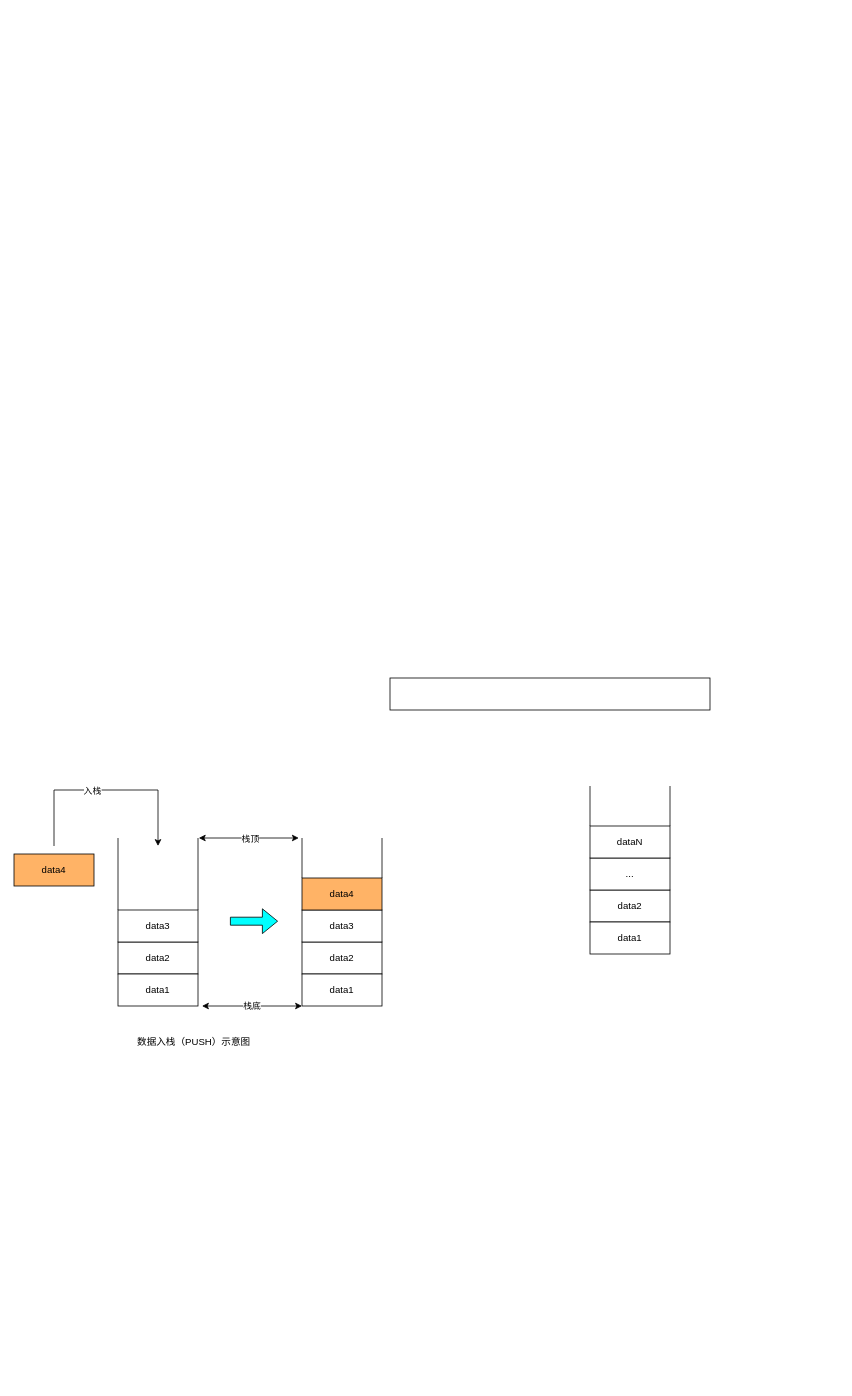
Above: 栈.drawio in 1595901624/GitTest (draw.io), before the change. Source tidied: cells renumbered, new cells numbered last; positions are measured from the earlier drawing's top-left corner, leaving out a move shared by most shapes. Both pictures are drawn from the tidied source at 80%, with x=0, y=0 at pixel (14, 678).
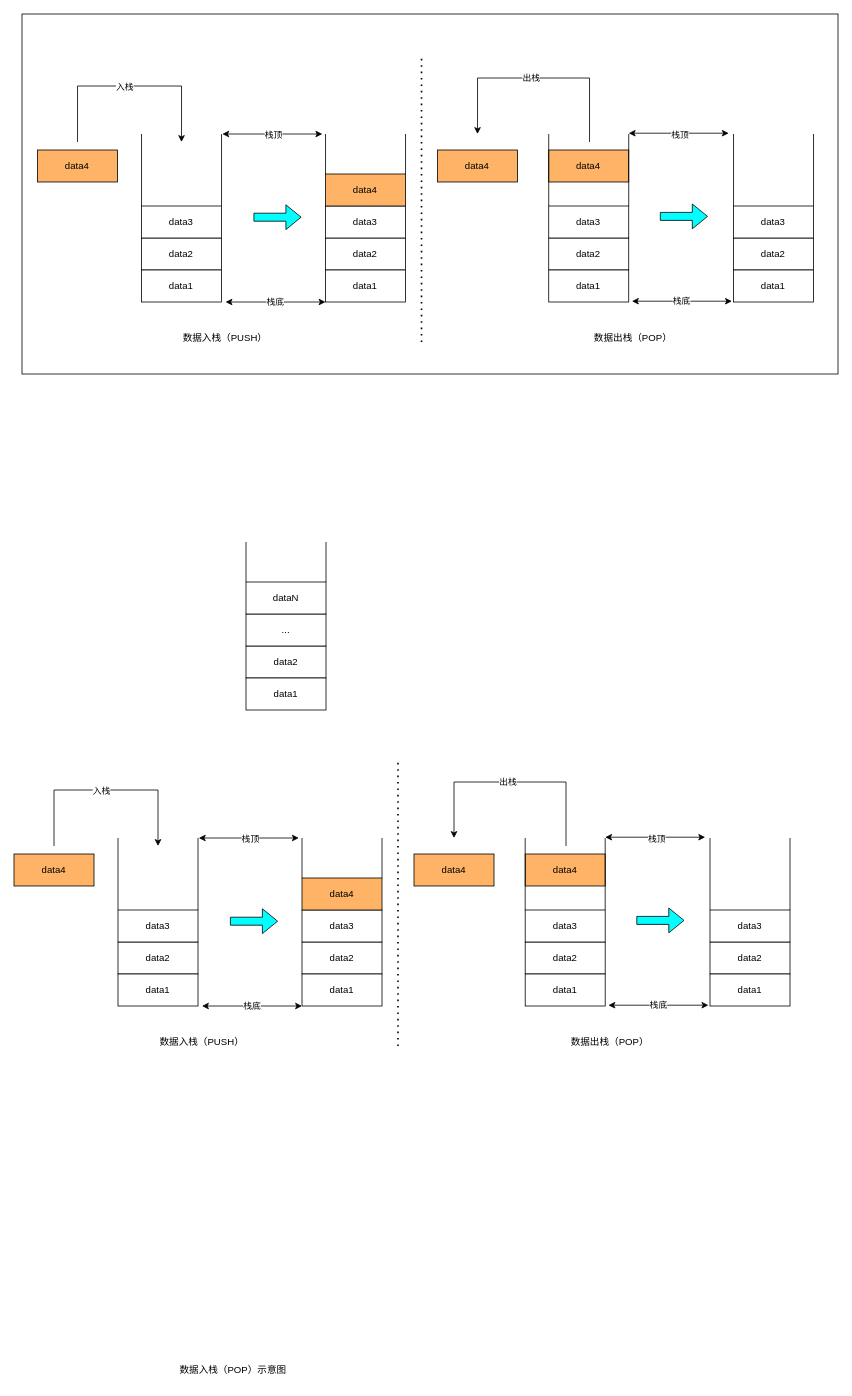
After the change.

The change refers to these unchanged cells:
```xml
<mxCell id="21" style="endArrow=classic;html=1;rounded=0;" parent="1" edge="1">
  <mxGeometry relative="1" as="geometry">
    <mxPoint x="50" y="210" as="sourcePoint" />
    <mxPoint x="180" y="210" as="targetPoint" />
    <Array as="points">
      <mxPoint x="50" y="140" />
      <mxPoint x="180" y="140" />
    </Array>
  </mxGeometry>
</mxCell>
```

Change to the diagram source:
```diff
@@
     <mxCell id="2" style="rounded=0;whiteSpace=wrap;html=1;" parent="1" vertex="1">
-      <mxGeometry x="470" width="400" height="40" as="geometry" />
+      <mxGeometry x="10" y="-830" width="1020" height="450" as="geometry" />
     </mxCell>
@@
     <mxCell id="8" value="data2" style="rounded=0;whiteSpace=wrap;html=1;" parent="1" vertex="1">
-      <mxGeometry x="720" y="265" width="100" height="40" as="geometry" />
+      <mxGeometry x="290" y="-40" width="100" height="40" as="geometry" />
     </mxCell>
     <mxCell id="9" value="data1" style="rounded=0;whiteSpace=wrap;html=1;" parent="1" vertex="1">
-      <mxGeometry x="720" y="305" width="100" height="40" as="geometry" />
+      <mxGeometry x="290" width="100" height="40" as="geometry" />
     </mxCell>
     <mxCell id="10" value="..." style="rounded=0;whiteSpace=wrap;html=1;" parent="1" vertex="1">
-      <mxGeometry x="720" y="225" width="100" height="40" as="geometry" />
+      <mxGeometry x="290" y="-80" width="100" height="40" as="geometry" />
     </mxCell>
     <mxCell id="11" value="dataN" style="rounded=0;whiteSpace=wrap;html=1;" parent="1" vertex="1">
-      <mxGeometry x="720" y="185" width="100" height="40" as="geometry" />
+      <mxGeometry x="290" y="-120" width="100" height="40" as="geometry" />
     </mxCell>
     <mxCell id="12" style="endArrow=none;html=1;rounded=0;" parent="1" edge="1">
       <mxGeometry relative="1" as="geometry">
-        <mxPoint x="820" y="185" as="sourcePoint" />
-        <mxPoint x="820" y="135" as="targetPoint" />
+        <mxPoint x="390" y="-120" as="sourcePoint" />
+        <mxPoint x="390" y="-170" as="targetPoint" />
       </mxGeometry>
     </mxCell>
     <mxCell id="13" style="endArrow=none;html=1;rounded=0;" parent="1" edge="1">
       <mxGeometry relative="1" as="geometry">
-        <mxPoint x="720" y="185" as="sourcePoint" />
-        <mxPoint x="720" y="135" as="targetPoint" />
+        <mxPoint x="290" y="-120" as="sourcePoint" />
+        <mxPoint x="290" y="-170" as="targetPoint" />
       </mxGeometry>
     </mxCell>
@@
-    <mxCell id="22" value="入栈" style="edgeLabel;html=1;align=center;verticalAlign=middle;" parent="21" vertex="1">
+    <mxCell id="22" value="入栈" style="edgeLabel;html=1;align=left;verticalAlign=middle;labelPosition=right;verticalLabelPosition=middle;" parent="21" vertex="1">
       <mxGeometry x="-0.13" relative="1" as="geometry">
         <mxPoint y="1" as="offset" />
       </mxGeometry>
     </mxCell>
@@
-    <mxCell id="28" value="数据入栈（PUSH）示意图" style="text;html=1;strokeColor=none;fillColor=none;align=center;verticalAlign=middle;whiteSpace=wrap;rounded=0;" parent="1" vertex="1">
-      <mxGeometry x="140" y="440" width="170" height="30" as="geometry" />
+    <mxCell id="28" value="数据入栈（PUSH）" style="text;html=1;strokeColor=none;fillColor=none;align=center;verticalAlign=middle;whiteSpace=wrap;rounded=0;" parent="1" vertex="1">
+      <mxGeometry x="150" y="440" width="170" height="30" as="geometry" />
     </mxCell>
+    <mxCell id="29" value="data2" style="rounded=0;whiteSpace=wrap;html=1;" parent="1" vertex="1">
+      <mxGeometry x="870" y="330" width="100" height="40" as="geometry" />
+    </mxCell>
+    <mxCell id="30" value="data1" style="rounded=0;whiteSpace=wrap;html=1;" parent="1" vertex="1">
+      <mxGeometry x="870" y="370" width="100" height="40" as="geometry" />
+    </mxCell>
+    <mxCell id="31" value="data3" style="rounded=0;whiteSpace=wrap;html=1;" parent="1" vertex="1">
+      <mxGeometry x="870" y="290" width="100" height="40" as="geometry" />
+    </mxCell>
+    <mxCell id="32" style="endArrow=none;html=1;rounded=0;exitX=1;exitY=0;exitDx=0;exitDy=0;" parent="1" edge="1" source="31">
+      <mxGeometry relative="1" as="geometry">
+        <mxPoint x="970" y="200" as="targetPoint" />
+      </mxGeometry>
+    </mxCell>
+    <mxCell id="33" style="endArrow=none;html=1;rounded=0;exitX=0;exitY=0;exitDx=0;exitDy=0;" parent="1" edge="1" source="31">
+      <mxGeometry relative="1" as="geometry">
+        <mxPoint x="870" y="200" as="targetPoint" />
+      </mxGeometry>
+    </mxCell>
+    <mxCell id="34" value="data4" style="rounded=0;whiteSpace=wrap;html=1;fillColor=#FFB366;" parent="1" vertex="1">
+      <mxGeometry x="500" y="220" width="100" height="40" as="geometry" />
+    </mxCell>
+    <mxCell id="35" value="data2" style="rounded=0;whiteSpace=wrap;html=1;" parent="1" vertex="1">
+      <mxGeometry x="639" y="330" width="100" height="40" as="geometry" />
+    </mxCell>
+    <mxCell id="36" value="data1" style="rounded=0;whiteSpace=wrap;html=1;" parent="1" vertex="1">
+      <mxGeometry x="639" y="370" width="100" height="40" as="geometry" />
+    </mxCell>
+    <mxCell id="37" value="data3" style="rounded=0;whiteSpace=wrap;html=1;" parent="1" vertex="1">
+      <mxGeometry x="639" y="290" width="100" height="40" as="geometry" />
+    </mxCell>
+    <mxCell id="38" value="data4" style="rounded=0;whiteSpace=wrap;html=1;fillColor=#FFB366;" parent="1" vertex="1">
+      <mxGeometry x="639" y="220" width="100" height="40" as="geometry" />
+    </mxCell>
+    <mxCell id="39" style="endArrow=none;html=1;rounded=0;exitX=1;exitY=0;exitDx=0;exitDy=0;" parent="1" edge="1" source="37">
+      <mxGeometry relative="1" as="geometry">
+        <mxPoint x="739" y="200" as="targetPoint" />
+      </mxGeometry>
+    </mxCell>
+    <mxCell id="40" style="endArrow=none;html=1;rounded=0;exitX=0;exitY=0;exitDx=0;exitDy=0;" parent="1" edge="1" source="37">
+      <mxGeometry relative="1" as="geometry">
+        <mxPoint x="639" y="200" as="targetPoint" />
+      </mxGeometry>
+    </mxCell>
+    <mxCell id="41" style="shape=flexArrow;endArrow=classic;html=1;rounded=0;fillColor=#00FFFF;" parent="1" edge="1">
+      <mxGeometry relative="1" as="geometry">
+        <mxPoint x="778" y="303" as="sourcePoint" />
+        <mxPoint x="838" y="303" as="targetPoint" />
+      </mxGeometry>
+    </mxCell>
+    <mxCell id="42" style="endArrow=classic;startArrow=classic;html=1;rounded=0;entryX=0;entryY=1;entryDx=0;entryDy=0;labelPosition=right;verticalLabelPosition=middle;align=left;verticalAlign=middle;" parent="1" edge="1">
+      <mxGeometry relative="1" as="geometry">
+        <mxPoint x="743" y="409" as="sourcePoint" />
+        <mxPoint x="868" y="409" as="targetPoint" />
+      </mxGeometry>
+    </mxCell>
+    <mxCell id="43" value="栈底" style="edgeLabel;html=1;align=left;verticalAlign=middle;labelPosition=right;verticalLabelPosition=middle;" parent="42" vertex="1">
+      <mxGeometry x="-0.2" y="2" relative="1" as="geometry">
+        <mxPoint y="1" as="offset" />
+      </mxGeometry>
+    </mxCell>
+    <mxCell id="44" style="endArrow=classic;startArrow=classic;html=1;rounded=0;entryX=0;entryY=1;entryDx=0;entryDy=0;labelPosition=right;verticalLabelPosition=middle;align=left;verticalAlign=middle;" parent="1" edge="1">
+      <mxGeometry relative="1" as="geometry">
+        <mxPoint x="739" y="199" as="sourcePoint" />
+        <mxPoint x="864" y="199" as="targetPoint" />
+      </mxGeometry>
+    </mxCell>
+    <mxCell id="45" value="栈顶" style="edgeLabel;html=1;align=right;verticalAlign=middle;labelPosition=left;verticalLabelPosition=middle;" parent="44" vertex="1">
+      <mxGeometry x="0.21" relative="1" as="geometry">
+        <mxPoint y="1" as="offset" />
+      </mxGeometry>
+    </mxCell>
+    <mxCell id="46" value="数据入栈（POP）示意图" style="text;html=1;strokeColor=none;fillColor=none;align=center;verticalAlign=middle;whiteSpace=wrap;rounded=0;" parent="1" vertex="1">
+      <mxGeometry x="189" y="850" width="170" height="30" as="geometry" />
+    </mxCell>
+    <mxCell id="47" style="endArrow=classic;html=1;rounded=0;fillColor=#00FFFF;" parent="1" edge="1">
+      <mxGeometry relative="1" as="geometry">
+        <mxPoint x="690" y="210" as="sourcePoint" />
+        <mxPoint x="550" y="200" as="targetPoint" />
+        <Array as="points">
+          <mxPoint x="690" y="130" />
+          <mxPoint x="550" y="130" />
+        </Array>
+      </mxGeometry>
+    </mxCell>
+    <mxCell id="48" value="出栈" style="edgeLabel;html=1;align=right;verticalAlign=middle;labelPosition=left;verticalLabelPosition=middle;" parent="47" vertex="1">
+      <mxGeometry x="-0.12" y="-1" relative="1" as="geometry">
+        <mxPoint x="-13" as="offset" />
+      </mxGeometry>
+    </mxCell>
+    <mxCell id="49" value="数据出栈（POP）" style="text;html=1;strokeColor=none;fillColor=none;align=center;verticalAlign=middle;whiteSpace=wrap;rounded=0;" parent="1" vertex="1">
+      <mxGeometry x="660" y="440" width="170" height="30" as="geometry" />
+    </mxCell>
+    <mxCell id="50" style="endArrow=none;dashed=1;html=1;dashPattern=1 3;strokeWidth=2;rounded=0;fillColor=#00FFFF;" parent="1" edge="1">
+      <mxGeometry relative="1" as="geometry">
+        <mxPoint x="480" y="460" as="sourcePoint" />
+        <mxPoint x="480" y="100" as="targetPoint" />
+      </mxGeometry>
+    </mxCell>
+    <mxCell id="51" value="data2" style="rounded=0;whiteSpace=wrap;html=1;" parent="1" vertex="1">
+      <mxGeometry x="159.4" y="-550" width="100" height="40" as="geometry" />
+    </mxCell>
+    <mxCell id="52" value="data1" style="rounded=0;whiteSpace=wrap;html=1;" parent="1" vertex="1">
+      <mxGeometry x="159.4" y="-510" width="100" height="40" as="geometry" />
+    </mxCell>
+    <mxCell id="53" value="data3" style="rounded=0;whiteSpace=wrap;html=1;" parent="1" vertex="1">
+      <mxGeometry x="159.4" y="-590" width="100" height="40" as="geometry" />
+    </mxCell>
+    <mxCell id="54" style="endArrow=none;html=1;rounded=0;exitX=1;exitY=0;exitDx=0;exitDy=0;" parent="1" edge="1" source="53">
+      <mxGeometry relative="1" as="geometry">
+        <mxPoint x="259.4" y="-680" as="targetPoint" />
+      </mxGeometry>
+    </mxCell>
+    <mxCell id="55" style="endArrow=none;html=1;rounded=0;exitX=0;exitY=0;exitDx=0;exitDy=0;" parent="1" edge="1" source="53">
+      <mxGeometry relative="1" as="geometry">
+        <mxPoint x="159.4" y="-680" as="targetPoint" />
+      </mxGeometry>
+    </mxCell>
+    <mxCell id="56" value="data4" style="rounded=0;whiteSpace=wrap;html=1;fillColor=#FFB366;" parent="1" vertex="1">
+      <mxGeometry x="29.4" y="-660" width="100" height="40" as="geometry" />
+    </mxCell>
+    <mxCell id="57" value="data2" style="rounded=0;whiteSpace=wrap;html=1;" parent="1" vertex="1">
+      <mxGeometry x="389.4" y="-550" width="100" height="40" as="geometry" />
+    </mxCell>
+    <mxCell id="58" value="data1" style="rounded=0;whiteSpace=wrap;html=1;" parent="1" vertex="1">
+      <mxGeometry x="389.4" y="-510" width="100" height="40" as="geometry" />
+    </mxCell>
+    <mxCell id="59" value="data3" style="rounded=0;whiteSpace=wrap;html=1;" parent="1" vertex="1">
+      <mxGeometry x="389.4" y="-590" width="100" height="40" as="geometry" />
+    </mxCell>
+    <mxCell id="60" value="data4" style="rounded=0;whiteSpace=wrap;html=1;fillColor=#FFB366;" parent="1" vertex="1">
+      <mxGeometry x="389.4" y="-630" width="100" height="40" as="geometry" />
+    </mxCell>
+    <mxCell id="61" style="endArrow=none;html=1;rounded=0;" parent="1" edge="1">
+      <mxGeometry relative="1" as="geometry">
+        <mxPoint x="489.4" y="-630" as="sourcePoint" />
+        <mxPoint x="489.4" y="-680" as="targetPoint" />
+      </mxGeometry>
+    </mxCell>
+    <mxCell id="62" style="endArrow=none;html=1;rounded=0;" parent="1" edge="1">
+      <mxGeometry relative="1" as="geometry">
+        <mxPoint x="389.4" y="-630" as="sourcePoint" />
+        <mxPoint x="389.4" y="-680" as="targetPoint" />
+      </mxGeometry>
+    </mxCell>
+    <mxCell id="63" style="endArrow=classic;html=1;rounded=0;" parent="1" edge="1">
+      <mxGeometry relative="1" as="geometry">
+        <mxPoint x="79.4" y="-670" as="sourcePoint" />
+        <mxPoint x="209.4" y="-670" as="targetPoint" />
+        <Array as="points">
+          <mxPoint x="79.4" y="-740" />
+          <mxPoint x="209.4" y="-740" />
+        </Array>
+      </mxGeometry>
+    </mxCell>
+    <mxCell id="64" value="入栈" style="edgeLabel;html=1;align=left;verticalAlign=middle;labelPosition=right;verticalLabelPosition=middle;" parent="63" vertex="1">
+      <mxGeometry x="-0.13" relative="1" as="geometry">
+        <mxPoint y="1" as="offset" />
+      </mxGeometry>
+    </mxCell>
+    <mxCell id="65" style="shape=flexArrow;endArrow=classic;html=1;rounded=0;fillColor=#00FFFF;" parent="1" edge="1">
+      <mxGeometry relative="1" as="geometry">
+        <mxPoint x="299.4" y="-576" as="sourcePoint" />
+        <mxPoint x="359.4" y="-576" as="targetPoint" />
+      </mxGeometry>
+    </mxCell>
+    <mxCell id="66" style="endArrow=classic;startArrow=classic;html=1;rounded=0;entryX=0;entryY=1;entryDx=0;entryDy=0;labelPosition=right;verticalLabelPosition=middle;align=left;verticalAlign=middle;" parent="1" edge="1" target="58">
+      <mxGeometry relative="1" as="geometry">
+        <mxPoint x="264.4" y="-470" as="sourcePoint" />
+      </mxGeometry>
+    </mxCell>
+    <mxCell id="67" value="栈底" style="edgeLabel;html=1;align=left;verticalAlign=middle;labelPosition=right;verticalLabelPosition=middle;" parent="66" vertex="1">
+      <mxGeometry x="-0.2" y="2" relative="1" as="geometry">
+        <mxPoint y="1" as="offset" />
+      </mxGeometry>
+    </mxCell>
+    <mxCell id="68" style="endArrow=classic;startArrow=classic;html=1;rounded=0;entryX=0;entryY=1;entryDx=0;entryDy=0;labelPosition=right;verticalLabelPosition=middle;align=left;verticalAlign=middle;" parent="1" edge="1">
+      <mxGeometry relative="1" as="geometry">
+        <mxPoint x="260.4" y="-680" as="sourcePoint" />
+        <mxPoint x="385.4" y="-680" as="targetPoint" />
+      </mxGeometry>
+    </mxCell>
+    <mxCell id="69" value="栈顶" style="edgeLabel;html=1;align=right;verticalAlign=middle;labelPosition=left;verticalLabelPosition=middle;" parent="68" vertex="1">
+      <mxGeometry x="0.21" relative="1" as="geometry">
+        <mxPoint y="1" as="offset" />
+      </mxGeometry>
+    </mxCell>
+    <mxCell id="70" value="数据入栈（PUSH）" style="text;html=1;strokeColor=none;fillColor=none;align=center;verticalAlign=middle;whiteSpace=wrap;rounded=0;" parent="1" vertex="1">
+      <mxGeometry x="179.4" y="-440" width="170" height="30" as="geometry" />
+    </mxCell>
+    <mxCell id="71" value="data2" style="rounded=0;whiteSpace=wrap;html=1;" parent="1" vertex="1">
+      <mxGeometry x="899.4" y="-550" width="100" height="40" as="geometry" />
+    </mxCell>
+    <mxCell id="72" value="data1" style="rounded=0;whiteSpace=wrap;html=1;" parent="1" vertex="1">
+      <mxGeometry x="899.4" y="-510" width="100" height="40" as="geometry" />
+    </mxCell>
+    <mxCell id="73" value="data3" style="rounded=0;whiteSpace=wrap;html=1;" parent="1" vertex="1">
+      <mxGeometry x="899.4" y="-590" width="100" height="40" as="geometry" />
+    </mxCell>
+    <mxCell id="74" style="endArrow=none;html=1;rounded=0;exitX=1;exitY=0;exitDx=0;exitDy=0;" parent="1" edge="1" source="73">
+      <mxGeometry relative="1" as="geometry">
+        <mxPoint x="999.4" y="-680" as="targetPoint" />
+      </mxGeometry>
+    </mxCell>
+    <mxCell id="75" style="endArrow=none;html=1;rounded=0;exitX=0;exitY=0;exitDx=0;exitDy=0;" parent="1" edge="1" source="73">
+      <mxGeometry relative="1" as="geometry">
+        <mxPoint x="899.4" y="-680" as="targetPoint" />
+      </mxGeometry>
+    </mxCell>
+    <mxCell id="76" value="data4" style="rounded=0;whiteSpace=wrap;html=1;fillColor=#FFB366;" parent="1" vertex="1">
+      <mxGeometry x="529.4" y="-660" width="100" height="40" as="geometry" />
+    </mxCell>
+    <mxCell id="77" value="data2" style="rounded=0;whiteSpace=wrap;html=1;" parent="1" vertex="1">
+      <mxGeometry x="668.4" y="-550" width="100" height="40" as="geometry" />
+    </mxCell>
+    <mxCell id="78" value="data1" style="rounded=0;whiteSpace=wrap;html=1;" parent="1" vertex="1">
+      <mxGeometry x="668.4" y="-510" width="100" height="40" as="geometry" />
+    </mxCell>
+    <mxCell id="79" value="data3" style="rounded=0;whiteSpace=wrap;html=1;" parent="1" vertex="1">
+      <mxGeometry x="668.4" y="-590" width="100" height="40" as="geometry" />
+    </mxCell>
+    <mxCell id="80" value="data4" style="rounded=0;whiteSpace=wrap;html=1;fillColor=#FFB366;" parent="1" vertex="1">
+      <mxGeometry x="668.4" y="-660" width="100" height="40" as="geometry" />
+    </mxCell>
+    <mxCell id="81" style="endArrow=none;html=1;rounded=0;exitX=1;exitY=0;exitDx=0;exitDy=0;" parent="1" edge="1" source="79">
+      <mxGeometry relative="1" as="geometry">
+        <mxPoint x="768.4" y="-680" as="targetPoint" />
+      </mxGeometry>
+    </mxCell>
+    <mxCell id="82" style="endArrow=none;html=1;rounded=0;exitX=0;exitY=0;exitDx=0;exitDy=0;" parent="1" edge="1" source="79">
+      <mxGeometry relative="1" as="geometry">
+        <mxPoint x="668.4" y="-680" as="targetPoint" />
+      </mxGeometry>
+    </mxCell>
+    <mxCell id="83" style="shape=flexArrow;endArrow=classic;html=1;rounded=0;fillColor=#00FFFF;" parent="1" edge="1">
+      <mxGeometry relative="1" as="geometry">
+        <mxPoint x="807.4" y="-577" as="sourcePoint" />
+        <mxPoint x="867.4" y="-577" as="targetPoint" />
+      </mxGeometry>
+    </mxCell>
+    <mxCell id="84" style="endArrow=classic;startArrow=classic;html=1;rounded=0;entryX=0;entryY=1;entryDx=0;entryDy=0;labelPosition=right;verticalLabelPosition=middle;align=left;verticalAlign=middle;" parent="1" edge="1">
+      <mxGeometry relative="1" as="geometry">
+        <mxPoint x="772.4" y="-471" as="sourcePoint" />
+        <mxPoint x="897.4" y="-471" as="targetPoint" />
+      </mxGeometry>
+    </mxCell>
+    <mxCell id="85" value="栈底" style="edgeLabel;html=1;align=left;verticalAlign=middle;labelPosition=right;verticalLabelPosition=middle;" parent="84" vertex="1">
+      <mxGeometry x="-0.2" y="2" relative="1" as="geometry">
+        <mxPoint y="1" as="offset" />
+      </mxGeometry>
+    </mxCell>
+    <mxCell id="86" style="endArrow=classic;startArrow=classic;html=1;rounded=0;entryX=0;entryY=1;entryDx=0;entryDy=0;labelPosition=right;verticalLabelPosition=middle;align=left;verticalAlign=middle;" parent="1" edge="1">
+      <mxGeometry relative="1" as="geometry">
+        <mxPoint x="768.4" y="-681" as="sourcePoint" />
+        <mxPoint x="893.4" y="-681" as="targetPoint" />
+      </mxGeometry>
+    </mxCell>
+    <mxCell id="87" value="栈顶" style="edgeLabel;html=1;align=right;verticalAlign=middle;labelPosition=left;verticalLabelPosition=middle;" parent="86" vertex="1">
+      <mxGeometry x="0.21" relative="1" as="geometry">
+        <mxPoint y="1" as="offset" />
+      </mxGeometry>
+    </mxCell>
+    <mxCell id="88" style="endArrow=classic;html=1;rounded=0;fillColor=#00FFFF;" parent="1" edge="1">
+      <mxGeometry relative="1" as="geometry">
+        <mxPoint x="719.4" y="-670" as="sourcePoint" />
+        <mxPoint x="579.4" y="-680" as="targetPoint" />
+        <Array as="points">
+          <mxPoint x="719.4" y="-750" />
+          <mxPoint x="579.4" y="-750" />
+        </Array>
+      </mxGeometry>
+    </mxCell>
+    <mxCell id="89" value="出栈" style="edgeLabel;html=1;align=right;verticalAlign=middle;labelPosition=left;verticalLabelPosition=middle;" parent="88" vertex="1">
+      <mxGeometry x="-0.12" y="-1" relative="1" as="geometry">
+        <mxPoint x="-13" as="offset" />
+      </mxGeometry>
+    </mxCell>
+    <mxCell id="90" value="数据出栈（POP）" style="text;html=1;strokeColor=none;fillColor=none;align=center;verticalAlign=middle;whiteSpace=wrap;rounded=0;" parent="1" vertex="1">
+      <mxGeometry x="689.4" y="-440" width="170" height="30" as="geometry" />
+    </mxCell>
+    <mxCell id="91" style="endArrow=none;dashed=1;html=1;dashPattern=1 3;strokeWidth=2;rounded=0;fillColor=#00FFFF;" parent="1" edge="1">
+      <mxGeometry relative="1" as="geometry">
+        <mxPoint x="509.4" y="-420" as="sourcePoint" />
+        <mxPoint x="509.4" y="-780" as="targetPoint" />
+      </mxGeometry>
+    </mxCell>
```
